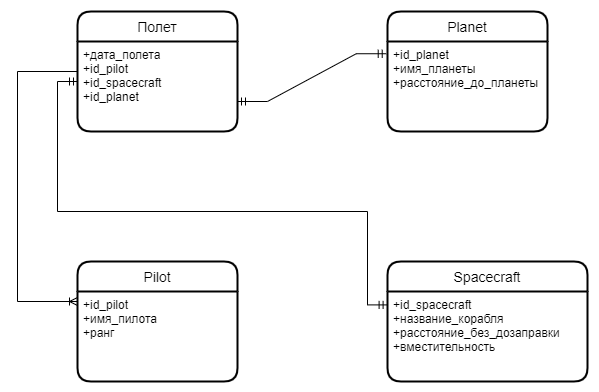
The draw.io diagram Space.drawio.png in Kolesa-Education/kolesa-upgrade-homework-4, before a commit. Source tidied: cells renumbered, new cells last; positions are measured from the earlier drawing's top-left corner, leaving out a move shared by most shapes. Source of this version:
```xml
<mxGraphModel>
  <root>
    <mxCell id="0" />
    <mxCell id="1" parent="0" />
    <mxCell id="2" value="Полет" style="swimlane;horizontal=1;startSize=30;rounded=1;fontSize=14;fontStyle=0;strokeWidth=2;shadow=0;dashed=0;align=center;" parent="1" vertex="1">
      <mxGeometry x="60" width="160" height="120" as="geometry" />
    </mxCell>
    <mxCell id="3" value="+дата_полета&#10;+id_pilot&#10;+id_spacecraft&#10;+id_planet" style="align=left;strokeColor=none;fillColor=none;spacingLeft=4;fontSize=12;verticalAlign=top;" parent="2" vertex="1">
      <mxGeometry y="30" width="160" height="90" as="geometry" />
    </mxCell>
    <mxCell id="4" value="Planet" style="swimlane;horizontal=1;startSize=30;rounded=1;fontSize=14;fontStyle=0;strokeWidth=2;shadow=0;dashed=0;align=center;" parent="1" vertex="1">
      <mxGeometry x="370" width="160" height="120" as="geometry" />
    </mxCell>
    <mxCell id="5" value="+id_planet&#10;+имя_планеты&#10;+расстояние_до_планеты" style="align=left;strokeColor=none;fillColor=none;spacingLeft=4;fontSize=12;verticalAlign=top;" parent="4" vertex="1">
      <mxGeometry y="30" width="160" height="90" as="geometry" />
    </mxCell>
    <mxCell id="6" value="Pilot" style="swimlane;horizontal=1;startSize=30;rounded=1;fontSize=14;fontStyle=0;strokeWidth=2;shadow=0;dashed=0;align=center;" parent="1" vertex="1">
      <mxGeometry x="60" y="250" width="160" height="120" as="geometry" />
    </mxCell>
    <mxCell id="7" value="+id_pilot&#10;+имя_пилота&#10;+ранг" style="align=left;strokeColor=none;fillColor=none;spacingLeft=4;fontSize=12;verticalAlign=top;" parent="6" vertex="1">
      <mxGeometry y="30" width="160" height="90" as="geometry" />
    </mxCell>
    <mxCell id="8" value="Spacecraft" style="swimlane;horizontal=1;startSize=30;rounded=1;fontSize=14;fontStyle=0;strokeWidth=2;shadow=0;dashed=0;align=center;" parent="1" vertex="1">
      <mxGeometry x="370" y="250" width="200" height="120" as="geometry" />
    </mxCell>
    <mxCell id="9" value="+id_spacecraft&#10;+название_корабля&#10;+расстояние_без_дозаправки&#10;+вместительность" style="align=left;strokeColor=none;fillColor=none;spacingLeft=4;fontSize=12;verticalAlign=top;" parent="8" vertex="1">
      <mxGeometry y="30" width="200" height="90" as="geometry" />
    </mxCell>
    <mxCell id="10" style="edgeStyle=entityRelationEdgeStyle;fontSize=12;html=1;endArrow=ERmandOne;startArrow=ERmandOne;rounded=0;entryX=-0.008;entryY=0.136;entryDx=0;entryDy=0;entryPerimeter=0;" parent="1" edge="1" target="5">
      <mxGeometry relative="1" as="geometry">
        <mxPoint x="220" y="90" as="sourcePoint" />
      </mxGeometry>
    </mxCell>
    <mxCell id="11" style="edgeStyle=orthogonalEdgeStyle;fontSize=12;html=1;endArrow=ERmandOne;startArrow=ERmandOne;rounded=0;exitX=-0.002;exitY=0.149;exitDx=0;exitDy=0;exitPerimeter=0;" parent="1" edge="1" source="9">
      <mxGeometry relative="1" as="geometry">
        <mxPoint x="60" y="70" as="targetPoint" />
        <Array as="points">
          <mxPoint x="350" y="293" />
          <mxPoint x="350" y="200" />
          <mxPoint x="40" y="200" />
          <mxPoint x="40" y="70" />
        </Array>
      </mxGeometry>
    </mxCell>
    <mxCell id="12" style="edgeStyle=orthogonalEdgeStyle;fontSize=12;html=1;endArrow=ERoneToMany;rounded=0;exitX=0;exitY=0.5;exitDx=0;exitDy=0;" parent="1" edge="1" source="2">
      <mxGeometry relative="1" as="geometry">
        <mxPoint x="60" y="290" as="targetPoint" />
        <Array as="points">
          <mxPoint y="60" />
          <mxPoint y="290" />
        </Array>
      </mxGeometry>
    </mxCell>
  </root>
</mxGraphModel>
```
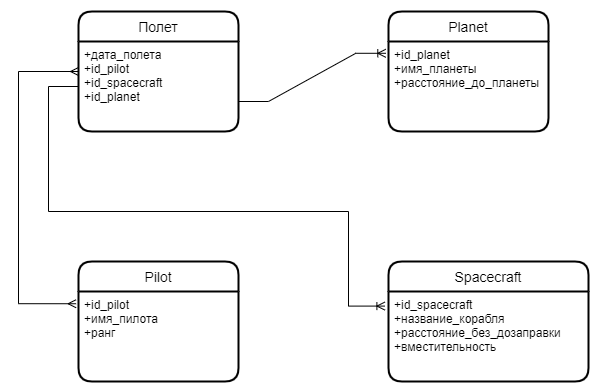
Above is the later version.

Commit message:
homework 4.1 second attempt

The edit, as a diff of the source:
```diff
@@ -26,30 +26,29 @@
     <mxCell id="9" value="+id_spacecraft&#10;+название_корабля&#10;+расстояние_без_дозаправки&#10;+вместительность" style="align=left;strokeColor=none;fillColor=none;spacingLeft=4;fontSize=12;verticalAlign=top;" parent="8" vertex="1">
       <mxGeometry y="30" width="200" height="90" as="geometry" />
     </mxCell>
-    <mxCell id="10" style="edgeStyle=entityRelationEdgeStyle;fontSize=12;html=1;endArrow=ERmandOne;startArrow=ERmandOne;rounded=0;entryX=-0.008;entryY=0.136;entryDx=0;entryDy=0;entryPerimeter=0;" parent="1" edge="1" target="5">
-      <mxGeometry relative="1" as="geometry">
-        <mxPoint x="220" y="90" as="sourcePoint" />
-      </mxGeometry>
-    </mxCell>
-    <mxCell id="11" style="edgeStyle=orthogonalEdgeStyle;fontSize=12;html=1;endArrow=ERmandOne;startArrow=ERmandOne;rounded=0;exitX=-0.002;exitY=0.149;exitDx=0;exitDy=0;exitPerimeter=0;" parent="1" edge="1" source="9">
-      <mxGeometry relative="1" as="geometry">
-        <mxPoint x="60" y="70" as="targetPoint" />
-        <Array as="points">
-          <mxPoint x="350" y="293" />
-          <mxPoint x="350" y="200" />
-          <mxPoint x="40" y="200" />
-          <mxPoint x="40" y="70" />
-        </Array>
-      </mxGeometry>
-    </mxCell>
-    <mxCell id="12" style="edgeStyle=orthogonalEdgeStyle;fontSize=12;html=1;endArrow=ERoneToMany;rounded=0;exitX=0;exitY=0.5;exitDx=0;exitDy=0;" parent="1" edge="1" source="2">
-      <mxGeometry relative="1" as="geometry">
-        <mxPoint x="60" y="290" as="targetPoint" />
-        <Array as="points">
-          <mxPoint y="60" />
-          <mxPoint y="290" />
-        </Array>
-      </mxGeometry>
-    </mxCell>
+    <mxCell id="13" style="edgeStyle=entityRelationEdgeStyle;fontSize=12;html=1;endArrow=ERoneToMany;rounded=0;entryX=-0.017;entryY=0.131;entryDx=0;entryDy=0;entryPerimeter=0;" parent="1" edge="1" target="5">
+      <mxGeometry relative="1" as="geometry">
+        <mxPoint x="220" y="90" as="sourcePoint" />
+      </mxGeometry>
+    </mxCell>
+    <mxCell id="14" style="edgeStyle=orthogonalEdgeStyle;fontSize=12;html=1;endArrow=ERoneToMany;rounded=0;exitX=0;exitY=0.5;exitDx=0;exitDy=0;entryX=-0.018;entryY=0.162;entryDx=0;entryDy=0;entryPerimeter=0;" parent="1" edge="1" source="3" target="9">
+      <mxGeometry relative="1" as="geometry">
+        <Array as="points">
+          <mxPoint x="30" y="75" />
+          <mxPoint x="30" y="200" />
+          <mxPoint x="330" y="200" />
+          <mxPoint x="330" y="295" />
+        </Array>
+      </mxGeometry>
+    </mxCell>
+    <mxCell id="15" style="edgeStyle=orthogonalEdgeStyle;fontSize=12;html=1;endArrow=ERmany;startArrow=ERmany;rounded=0;exitX=-0.015;exitY=0.136;exitDx=0;exitDy=0;exitPerimeter=0;" parent="1" edge="1" source="7">
+      <mxGeometry relative="1" as="geometry">
+        <mxPoint x="60" y="60" as="targetPoint" />
+        <Array as="points">
+          <mxPoint y="292" />
+          <mxPoint y="60" />
+        </Array>
+      </mxGeometry>
+    </mxCell>
   </root>
 </mxGraphModel>
```
